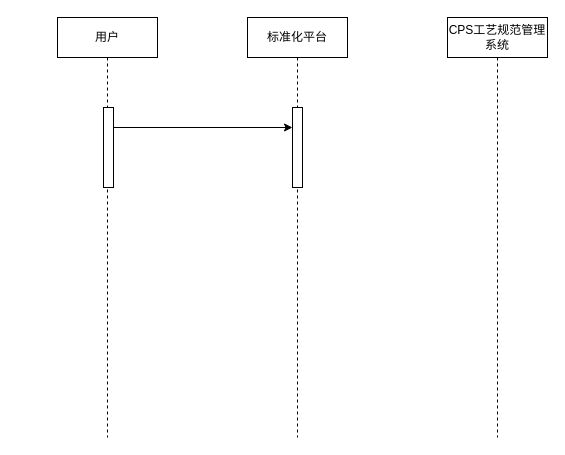
Earlier version of the draw.io diagram 设计相关/标准化&工艺管理方案.drawio (DemonHan/KuickBuy). Source tidied: cells renumbered, new cells numbered last; positions are measured from the earlier drawing's top-left corner, leaving out a move shared by most shapes. Both pictures are drawn from the tidied source at 100%, with x=0, y=0 at pixel (57, 17).
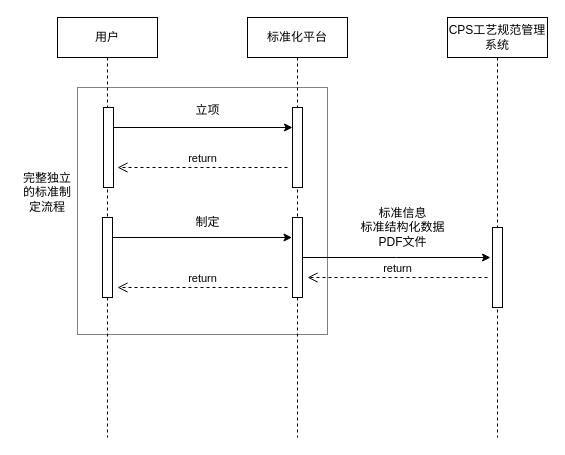
Above is the later version.

Commit message:
更新标准化&工艺管理方案.drawio

Unchanged cells that the change refers to:
```xml
<mxCell id="2" value="用户" style="shape=umlLifeline;perimeter=lifelinePerimeter;whiteSpace=wrap;html=1;newEdgeStyle={&quot;curved&quot;:0,&quot;rounded&quot;:0};" parent="1" vertex="1">
  <mxGeometry width="100" height="420" as="geometry" />
</mxCell>
<mxCell id="4" value="标准化平台" style="shape=umlLifeline;perimeter=lifelinePerimeter;whiteSpace=wrap;html=1;newEdgeStyle={&quot;curved&quot;:0,&quot;rounded&quot;:0};" parent="1" vertex="1">
  <mxGeometry x="190" width="100" height="420" as="geometry" />
</mxCell>
<mxCell id="6" value="CPS工艺规范管理系统" style="shape=umlLifeline;perimeter=lifelinePerimeter;whiteSpace=wrap;html=1;newEdgeStyle={&quot;curved&quot;:0,&quot;rounded&quot;:0};" parent="1" vertex="1">
  <mxGeometry x="390" width="100" height="420" as="geometry" />
</mxCell>
```

The edit, as a diff of the source:
```diff
@@
+    <mxCell id="8" style="rounded=0;whiteSpace=wrap;html=1;strokeColor=default;align=center;verticalAlign=middle;fontFamily=Helvetica;fontSize=12;fontColor=default;fillColor=default;dashed=1;dashPattern=1 1;" parent="1" vertex="1">
+      <mxGeometry x="20" y="70" width="250" height="247" as="geometry" />
+    </mxCell>
@@
+    <mxCell id="9" style="html=1;perimeter=orthogonalPerimeter;targetShapes=umlLifeline;newEdgeStyle={&quot;curved&quot;:0,&quot;rounded&quot;:0};" parent="2" vertex="1">
+      <mxGeometry x="45" y="200" width="10" height="80" as="geometry" />
+    </mxCell>
@@
+    <mxCell id="10" style="html=1;points=[[0,0,0,0,5],[0,1,0,0,-5],[1,0,0,0,5],[1,1,0,0,-5]];perimeter=orthogonalPerimeter;outlineConnect=0;targetShapes=umlLifeline;portConstraint=eastwest;newEdgeStyle={&quot;curved&quot;:0,&quot;rounded&quot;:0};" parent="4" vertex="1">
+      <mxGeometry x="45" y="200" width="10" height="80" as="geometry" />
+    </mxCell>
@@
+    <mxCell id="11" style="html=1;perimeter=orthogonalPerimeter;targetShapes=umlLifeline;newEdgeStyle={&quot;curved&quot;:0,&quot;rounded&quot;:0};" parent="6" vertex="1">
+      <mxGeometry x="45" y="210" width="10" height="80" as="geometry" />
+    </mxCell>
@@
+    <mxCell id="12" value="立项" style="text;html=1;align=center;verticalAlign=middle;strokeColor=none;fillColor=none;" parent="1" vertex="1">
+      <mxGeometry x="125" y="78" width="50" height="30" as="geometry" />
+    </mxCell>
+    <mxCell id="13" value="return" style="html=1;verticalAlign=bottom;endArrow=open;dashed=1;endSize=8;curved=0;rounded=0;" parent="1" edge="1">
+      <mxGeometry relative="1" as="geometry">
+        <mxPoint x="230" y="150" as="sourcePoint" />
+        <mxPoint x="60" y="150" as="targetPoint" />
+      </mxGeometry>
+    </mxCell>
+    <mxCell id="14" style="edgeStyle=orthogonalEdgeStyle;rounded=0;orthogonalLoop=1;jettySize=auto;html=1;curved=0;" parent="1" edge="1">
+      <mxGeometry relative="1" as="geometry">
+        <mxPoint x="55.5" y="220" as="sourcePoint" />
+        <mxPoint x="234.5" y="220" as="targetPoint" />
+      </mxGeometry>
+    </mxCell>
+    <mxCell id="15" value="制定" style="text;html=1;align=center;verticalAlign=middle;strokeColor=none;fillColor=none;" parent="1" vertex="1">
+      <mxGeometry x="125" y="190" width="50" height="30" as="geometry" />
+    </mxCell>
+    <mxCell id="16" value="return" style="html=1;verticalAlign=bottom;endArrow=open;dashed=1;endSize=8;curved=0;rounded=0;" parent="1" edge="1">
+      <mxGeometry relative="1" as="geometry">
+        <mxPoint x="230" y="270" as="sourcePoint" />
+        <mxPoint x="60" y="270" as="targetPoint" />
+      </mxGeometry>
+    </mxCell>
+    <mxCell id="17" style="edgeStyle=orthogonalEdgeStyle;rounded=0;jettySize=auto;html=1;curved=0;" parent="1" edge="1" source="10">
+      <mxGeometry relative="1" as="geometry">
+        <mxPoint x="433" y="240" as="targetPoint" />
+      </mxGeometry>
+    </mxCell>
+    <mxCell id="18" value="return" style="html=1;verticalAlign=bottom;endArrow=open;dashed=1;endSize=8;curved=0;rounded=0;" parent="1" edge="1">
+      <mxGeometry relative="1" as="geometry">
+        <mxPoint x="430" y="260" as="sourcePoint" />
+        <mxPoint x="250" y="260" as="targetPoint" />
+      </mxGeometry>
+    </mxCell>
+    <mxCell id="19" value="标准信息&lt;br&gt;标准结构化数据&lt;br&gt;PDF文件" style="text;html=1;align=center;verticalAlign=middle;strokeColor=none;fillColor=none;" parent="1" vertex="1">
+      <mxGeometry x="290" y="180" width="110" height="60" as="geometry" />
+    </mxCell>
+    <mxCell id="20" value="完整独立的标准制定流程" style="text;html=1;align=center;verticalAlign=middle;whiteSpace=wrap;rounded=0;fontFamily=Helvetica;fontSize=12;fontColor=default;" parent="1" vertex="1">
+      <mxGeometry x="-40" y="160" width="60" height="30" as="geometry" />
+    </mxCell>
```
